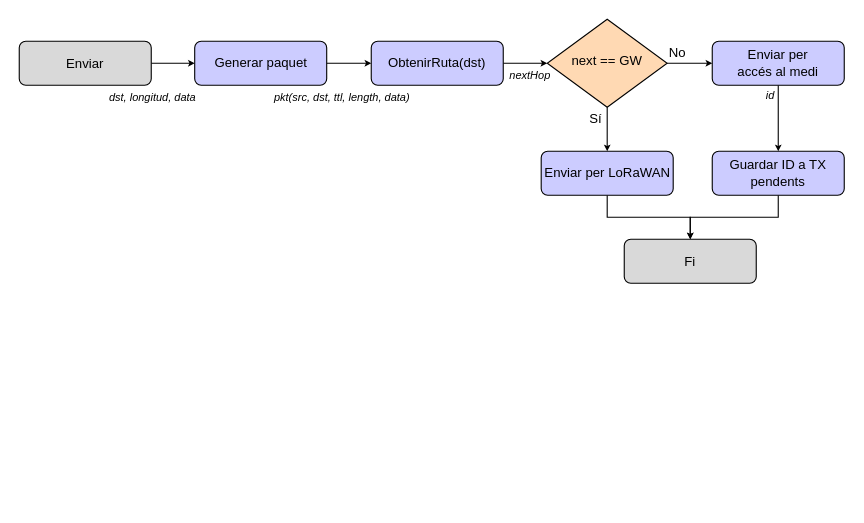
pfs26/Encaminament-LoRa keeps this draw.io diagram as memoria/imatges/Routing_FluxTX.drawio. Above is the earlier version. Source tidied: cells renumbered, new cells numbered last; positions are measured from the earlier drawing's top-left corner, leaving out a move shared by most shapes. Both pictures are drawn from the tidied source at 110%, with x=0, y=0 at pixel (19, 19).
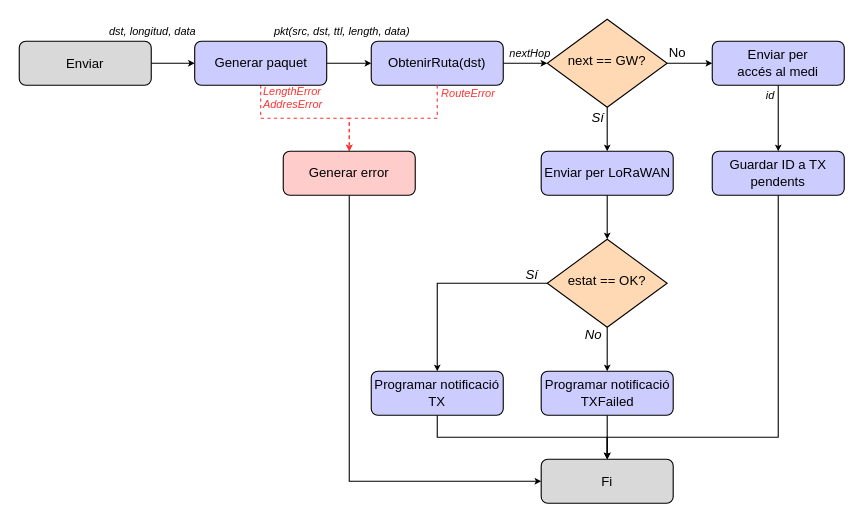
After the change.

Commit message (it also covers changes not shown here):
memoria: diagrama TX transport amb errors

The change refers to these unchanged cells:
```xml
<mxCell id="3" value="Generar paquet" style="rounded=1;whiteSpace=wrap;html=1;fontSize=12;glass=0;strokeWidth=1;shadow=0;fontFamily=Computer Modern;strokeColor=light-dark(#000000,#EDEDED);fillColor=light-dark(#ccccff, #ededed);" parent="1" vertex="1">
  <mxGeometry x="159.5" y="20" width="120" height="40" as="geometry" />
</mxCell>
<mxCell id="7" value="ObtenirRuta(dst)" style="rounded=1;whiteSpace=wrap;html=1;fontSize=12;glass=0;strokeWidth=1;shadow=0;fontFamily=Computer Modern;strokeColor=light-dark(#000000,#EDEDED);fillColor=light-dark(#ccccff, #ededed);" parent="1" vertex="1">
  <mxGeometry x="320" y="20" width="120" height="40" as="geometry" />
</mxCell>
<mxCell id="13" value="Enviar per LoRaWAN" style="rounded=1;whiteSpace=wrap;html=1;fontSize=12;glass=0;strokeWidth=1;shadow=0;fontFamily=Computer Modern;strokeColor=light-dark(#000000,#EDEDED);fillColor=light-dark(#ccccff, #ededed);" parent="1" vertex="1">
  <mxGeometry x="474.5" y="120" width="120" height="40" as="geometry" />
</mxCell>
<mxCell id="19" value="Guardar ID a TX pendents" style="rounded=1;whiteSpace=wrap;html=1;fontSize=12;glass=0;strokeWidth=1;shadow=0;fontFamily=Computer Modern;strokeColor=light-dark(#000000,#EDEDED);fillColor=light-dark(#ccccff, #ededed);" parent="1" vertex="1">
  <mxGeometry x="630" y="120" width="120" height="40" as="geometry" />
</mxCell>
```

Diff of the diagram source:
```diff
@@
+    <mxCell id="24" style="edgeStyle=orthogonalEdgeStyle;shape=connector;rounded=0;jettySize=auto;html=1;exitX=0.5;exitY=1;exitDx=0;exitDy=0;entryX=0.5;entryY=0;entryDx=0;entryDy=0;strokeColor=#FF3333;align=center;verticalAlign=middle;fontFamily=Helvetica;fontSize=11;fontColor=default;labelBackgroundColor=default;endArrow=classic;endSize=3;dashed=1;" parent="1" edge="1" source="3" target="39">
+      <mxGeometry relative="1" as="geometry" />
+    </mxCell>
@@
     <mxCell id="4" value="pkt(src, dst, ttl, length&lt;span style=&quot;background-color: transparent; color: light-dark(rgb(0, 0, 0), rgb(255, 255, 255));&quot;&gt;, data)&lt;/span&gt;" style="edgeLabel;html=1;align=left;verticalAlign=middle;fontFamily=Computer Modern;fontSize=10;fontColor=default;labelBackgroundColor=none;fontStyle=2;rotation=0;" parent="1" vertex="1">
-      <mxGeometry x="230" y="70" as="geometry" />
+      <mxGeometry x="230" y="10" as="geometry" />
     </mxCell>
     <mxCell id="5" value="dst, longitud, data" style="edgeLabel;html=1;align=left;verticalAlign=middle;fontFamily=Computer Modern;fontSize=10;fontColor=default;labelBackgroundColor=none;fontStyle=2;rotation=0;" parent="1" vertex="1">
-      <mxGeometry x="80" y="70" as="geometry" />
+      <mxGeometry x="80" y="10" as="geometry" />
     </mxCell>
@@
     <mxCell id="8" value="nextHop" style="edgeLabel;html=1;align=left;verticalAlign=middle;fontFamily=Computer Modern;fontSize=10;fontColor=default;labelBackgroundColor=none;fontStyle=2;rotation=0;" parent="1" vertex="1">
-      <mxGeometry x="444" y="50" as="geometry" />
+      <mxGeometry x="444" y="30" as="geometry" />
     </mxCell>
@@
-    <mxCell id="11" value="next == GW" style="rhombus;whiteSpace=wrap;html=1;shadow=0;fontFamily=Computer Modern;fontSize=12;align=center;strokeWidth=1;spacing=6;spacingTop=-4;fillColor=light-dark(#ffd9b3, #36210a);strokeColor=#000000;" parent="1" vertex="1">
+    <mxCell id="11" value="next == GW?" style="rhombus;whiteSpace=wrap;html=1;shadow=0;fontFamily=Computer Modern;fontSize=12;align=center;strokeWidth=1;spacing=6;spacingTop=-4;fillColor=light-dark(#ffd9b3, #36210a);strokeColor=#000000;" parent="1" vertex="1">
       <mxGeometry x="480" width="109" height="80" as="geometry" />
     </mxCell>
-    <mxCell id="12" style="edgeStyle=orthogonalEdgeStyle;rounded=0;jettySize=auto;html=1;entryX=0.5;entryY=0;entryDx=0;entryDy=0;exitX=0.5;exitY=1;exitDx=0;exitDy=0;endSize=3;" parent="1" edge="1" source="13" target="23">
-      <mxGeometry relative="1" as="geometry" />
-    </mxCell>
+    <mxCell id="25" style="edgeStyle=orthogonalEdgeStyle;rounded=0;jettySize=auto;html=1;exitX=0.5;exitY=1;exitDx=0;exitDy=0;entryX=0.5;entryY=0;entryDx=0;entryDy=0;endSize=3;" parent="1" edge="1" source="13" target="28">
+      <mxGeometry relative="1" as="geometry" />
+    </mxCell>
@@
-    <mxCell id="16" value="&lt;span style=&quot;font-style: normal;&quot;&gt;Sí&lt;/span&gt;" style="edgeLabel;html=1;align=right;verticalAlign=middle;fontFamily=Computer Modern;fontSize=12;fontColor=default;labelBackgroundColor=none;fontStyle=2;" parent="1" vertex="1">
-      <mxGeometry x="530" y="90" as="geometry" />
+    <mxCell id="16" value="Sí" style="edgeLabel;html=1;align=right;verticalAlign=middle;fontFamily=Computer Modern;fontSize=12;fontColor=default;labelBackgroundColor=none;fontStyle=2;" parent="1" vertex="1">
+      <mxGeometry x="527" y="86" as="geometry">
+        <mxPoint x="5" y="3" as="offset" />
+      </mxGeometry>
     </mxCell>
@@
-    <mxCell id="18" style="edgeStyle=orthogonalEdgeStyle;rounded=0;jettySize=auto;html=1;endSize=3;" parent="1" edge="1" source="19" target="23">
-      <mxGeometry relative="1" as="geometry" />
+    <mxCell id="18" style="edgeStyle=orthogonalEdgeStyle;shape=connector;rounded=0;jettySize=auto;html=1;exitX=0.5;exitY=1;exitDx=0;exitDy=0;entryX=0.5;entryY=0;entryDx=0;entryDy=0;strokeColor=default;align=center;verticalAlign=middle;fontFamily=Helvetica;fontSize=11;fontColor=default;labelBackgroundColor=default;endArrow=classic;endSize=3;flowAnimation=0;shadow=0;" parent="1" edge="1" source="19" target="23">
+      <mxGeometry relative="1" as="geometry">
+        <Array as="points">
+          <mxPoint x="690" y="380" />
+          <mxPoint x="535" y="380" />
+        </Array>
+      </mxGeometry>
     </mxCell>
@@
     <mxCell id="23" value="Fi" style="rounded=1;fontSize=12;glass=0;strokeWidth=1;shadow=0;fontFamily=Computer Modern;fillColor=light-dark(#d9d9d9, #CCCCCC);fontStyle=0;verticalAlign=middle;" parent="1" vertex="1">
-      <mxGeometry x="550" y="200" width="120" height="40" as="geometry" />
+      <mxGeometry x="474.5" y="400" width="120" height="40" as="geometry" />
     </mxCell>
+    <mxCell id="26" style="edgeStyle=orthogonalEdgeStyle;shape=connector;rounded=0;jettySize=auto;html=1;exitX=0;exitY=0.5;exitDx=0;exitDy=0;entryX=0.5;entryY=0;entryDx=0;entryDy=0;strokeColor=default;align=center;verticalAlign=middle;fontFamily=Helvetica;fontSize=11;fontColor=default;labelBackgroundColor=default;endArrow=classic;endSize=3;" parent="1" edge="1" source="28" target="30">
+      <mxGeometry relative="1" as="geometry" />
+    </mxCell>
+    <mxCell id="27" style="edgeStyle=orthogonalEdgeStyle;shape=connector;rounded=0;jettySize=auto;html=1;exitX=0.5;exitY=1;exitDx=0;exitDy=0;entryX=0.5;entryY=0;entryDx=0;entryDy=0;strokeColor=default;align=center;verticalAlign=middle;fontFamily=Helvetica;fontSize=11;fontColor=default;labelBackgroundColor=default;endArrow=classic;endSize=3;" parent="1" edge="1" source="28" target="32">
+      <mxGeometry relative="1" as="geometry" />
+    </mxCell>
+    <mxCell id="28" value="estat == OK?" style="rhombus;whiteSpace=wrap;html=1;shadow=0;fontFamily=Computer Modern;fontSize=12;align=center;strokeWidth=1;spacing=6;spacingTop=-4;fillColor=light-dark(#ffd9b3, #36210a);strokeColor=#000000;" parent="1" vertex="1">
+      <mxGeometry x="480" y="200" width="109" height="80" as="geometry" />
+    </mxCell>
+    <mxCell id="29" style="edgeStyle=orthogonalEdgeStyle;shape=connector;rounded=0;jettySize=auto;html=1;exitX=0.5;exitY=1;exitDx=0;exitDy=0;entryX=0.5;entryY=0;entryDx=0;entryDy=0;strokeColor=default;align=center;verticalAlign=middle;fontFamily=Helvetica;fontSize=11;fontColor=default;labelBackgroundColor=default;endArrow=classic;endSize=3;" parent="1" edge="1" source="30" target="23">
+      <mxGeometry relative="1" as="geometry" />
+    </mxCell>
+    <mxCell id="30" value="Programar notificació TX" style="rounded=1;whiteSpace=wrap;html=1;fontSize=12;glass=0;strokeWidth=1;shadow=0;fontFamily=Computer Modern;strokeColor=light-dark(#000000,#EDEDED);fillColor=light-dark(#ccccff, #ededed);" parent="1" vertex="1">
+      <mxGeometry x="320" y="320" width="120" height="40" as="geometry" />
+    </mxCell>
+    <mxCell id="31" style="edgeStyle=orthogonalEdgeStyle;shape=connector;rounded=0;jettySize=auto;html=1;exitX=0.5;exitY=1;exitDx=0;exitDy=0;entryX=0.5;entryY=0;entryDx=0;entryDy=0;strokeColor=default;align=center;verticalAlign=middle;fontFamily=Helvetica;fontSize=11;fontColor=default;labelBackgroundColor=default;endArrow=classic;endSize=3;" parent="1" edge="1" source="32" target="23">
+      <mxGeometry relative="1" as="geometry" />
+    </mxCell>
+    <mxCell id="32" value="Programar notificació TXFailed" style="rounded=1;whiteSpace=wrap;html=1;fontSize=12;glass=0;strokeWidth=1;shadow=0;fontFamily=Computer Modern;strokeColor=light-dark(#000000,#EDEDED);fillColor=light-dark(#ccccff, #ededed);" parent="1" vertex="1">
+      <mxGeometry x="474.5" y="320" width="120" height="40" as="geometry" />
+    </mxCell>
+    <mxCell id="33" value="Sí" style="edgeLabel;html=1;align=right;verticalAlign=middle;fontFamily=Computer Modern;fontSize=12;fontColor=default;labelBackgroundColor=none;fontStyle=2;" parent="1" vertex="1">
+      <mxGeometry x="537" y="96" as="geometry">
+        <mxPoint x="-65" y="136" as="offset" />
+      </mxGeometry>
+    </mxCell>
+    <mxCell id="34" value="No" style="edgeLabel;html=1;align=right;verticalAlign=middle;fontFamily=Computer Modern;fontSize=12;fontColor=default;labelBackgroundColor=none;fontStyle=2;" parent="1" vertex="1">
+      <mxGeometry x="594.5" y="150" as="geometry">
+        <mxPoint x="-65" y="136" as="offset" />
+      </mxGeometry>
+    </mxCell>
+    <mxCell id="35" style="shape=connector;rounded=0;jettySize=auto;html=1;strokeColor=#FF3333;align=center;verticalAlign=middle;fontFamily=Helvetica;fontSize=11;fontColor=default;labelBackgroundColor=default;endArrow=classic;endSize=3;dashed=1;edgeStyle=orthogonalEdgeStyle;entryX=0.5;entryY=0;entryDx=0;entryDy=0;" parent="1" edge="1" source="7" target="39">
+      <mxGeometry relative="1" as="geometry" />
+    </mxCell>
+    <mxCell id="36" value="RouteError" style="edgeLabel;html=1;align=left;verticalAlign=middle;fontFamily=Computer Modern;fontSize=10;fontColor=#FF3333;labelBackgroundColor=none;fontStyle=2;rotation=0;" parent="1" vertex="1">
+      <mxGeometry x="382" y="66" as="geometry" />
+    </mxCell>
+    <mxCell id="37" value="LengthError&lt;div&gt;AddresError&lt;/div&gt;" style="edgeLabel;html=1;align=left;verticalAlign=middle;fontFamily=Computer Modern;fontSize=10;fontColor=#FF3333;labelBackgroundColor=none;fontStyle=2;rotation=0;" parent="1" vertex="1">
+      <mxGeometry x="220" y="70" as="geometry" />
+    </mxCell>
+    <mxCell id="38" style="edgeStyle=orthogonalEdgeStyle;shape=connector;rounded=0;jettySize=auto;html=1;exitX=0.5;exitY=1;exitDx=0;exitDy=0;entryX=0;entryY=0.5;entryDx=0;entryDy=0;strokeColor=default;align=center;verticalAlign=middle;fontFamily=Helvetica;fontSize=11;fontColor=default;labelBackgroundColor=default;endArrow=classic;endSize=3;" parent="1" edge="1" source="39" target="23">
+      <mxGeometry relative="1" as="geometry" />
+    </mxCell>
+    <mxCell id="39" value="Generar error" style="rounded=1;whiteSpace=wrap;html=1;fontSize=12;glass=0;strokeWidth=1;shadow=0;fontFamily=Computer Modern;strokeColor=#000000;fillColor=#FFCCCC;" parent="1" vertex="1">
+      <mxGeometry x="240" y="120" width="120" height="40" as="geometry" />
+    </mxCell>
```
